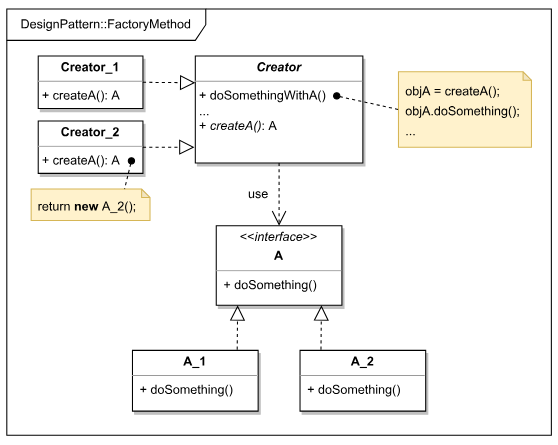
safar-jn/design-patterns keeps this draw.io diagram as FactoryMethod/FactoryMethod.svg. Above is the earlier version. Source tidied: cells renumbered, new cells last; positions are measured from the earlier drawing's top-left corner, leaving out a move shared by most shapes.
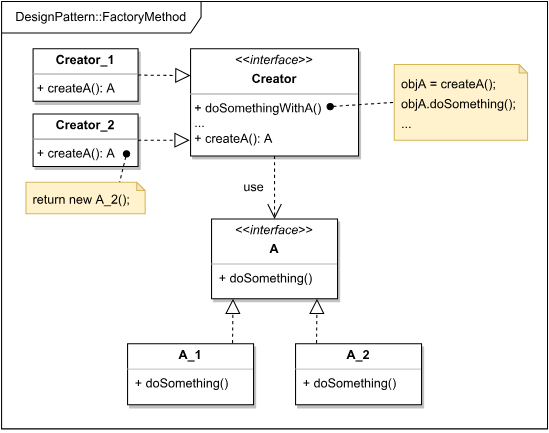
The same diagram one commit later.

Commit message:
feat(factory-method): refactor image

Diff of the diagram source:
```diff
@@ -2,18 +2,15 @@
   <root>
     <mxCell id="0" />
     <mxCell id="1" parent="0" />
-    <mxCell id="2" style="rounded=0;whiteSpace=wrap;html=1;strokeColor=none;" parent="1" vertex="1">
-      <mxGeometry width="530" height="420" as="geometry" />
-    </mxCell>
     <mxCell id="3" value="DesignPattern::FactoryMethod" style="shape=umlFrame;whiteSpace=wrap;html=1;width=190;height=30;" parent="1" vertex="1">
       <mxGeometry x="5" y="7" width="520" height="407" as="geometry" />
     </mxCell>
-    <mxCell id="4" style="edgeStyle=orthogonalEdgeStyle;rounded=0;orthogonalLoop=1;jettySize=auto;html=1;exitX=0.5;exitY=1;exitDx=0;exitDy=0;" parent="1" edge="1">
-      <mxGeometry relative="1" as="geometry">
-        <mxPoint x="230" y="280" as="sourcePoint" />
-        <mxPoint x="230" y="280" as="targetPoint" />
-      </mxGeometry>
-    </mxCell>
+    <mxCell id="20" style="edgeStyle=orthogonalEdgeStyle;rounded=0;orthogonalLoop=1;jettySize=auto;html=1;exitX=0.5;exitY=1;exitDx=0;exitDy=0;" parent="1" edge="1">
+      <mxGeometry relative="1" as="geometry">
+        <mxPoint x="230" y="280" as="sourcePoint" />
+        <mxPoint x="230" y="280" as="targetPoint" />
+      </mxGeometry>
+    </mxCell>
     <mxCell id="5" value="&lt;p style=&quot;margin:0px;margin-top:4px;text-align:center;&quot;&gt;&amp;lt;&amp;lt;&lt;i&gt;interface&lt;/i&gt;&amp;gt;&amp;gt;&lt;/p&gt;&lt;p style=&quot;margin:0px;margin-top:4px;text-align:center;&quot;&gt;&lt;b&gt;A&lt;/b&gt;&lt;/p&gt;&lt;hr size=&quot;1&quot;&gt;&lt;p style=&quot;margin: 0px 0px 0px 4px;&quot;&gt;&amp;nbsp;+ doSomething()&lt;br&gt;&lt;/p&gt;" style="verticalAlign=top;align=left;overflow=fill;fontSize=12;fontFamily=Helvetica;html=1;shadow=1;" parent="1" vertex="1">
       <mxGeometry x="205" y="214" width="120" height="76" as="geometry" />
     </mxCell>
@@ -23,22 +20,22 @@
     <mxCell id="7" value="&lt;p style=&quot;margin:0px;margin-top:4px;text-align:center;&quot;&gt;&lt;b style=&quot;background-color: initial;&quot;&gt;A_2&lt;/b&gt;&lt;br&gt;&lt;/p&gt;&lt;hr size=&quot;1&quot;&gt;&lt;p style=&quot;margin: 0px 0px 0px 4px;&quot;&gt;&amp;nbsp;+ doSomething()&lt;br&gt;&lt;/p&gt;" style="verticalAlign=top;align=left;overflow=fill;fontSize=12;fontFamily=Helvetica;html=1;shadow=1;" parent="1" vertex="1">
       <mxGeometry x="285" y="333" width="120" height="58" as="geometry" />
     </mxCell>
-    <mxCell id="8" style="endArrow=block;dashed=1;endFill=0;endSize=12;html=1;rounded=1;shadow=0;labelBackgroundColor=default;sketch=0;strokeColor=#000000;strokeWidth=1;fontSize=12;fontColor=default;exitX=0.854;exitY=-0.005;exitDx=0;exitDy=0;exitPerimeter=0;entryX=0.191;entryY=1.005;entryDx=0;entryDy=0;entryPerimeter=0;" parent="1" edge="1">
-      <mxGeometry relative="1" as="geometry">
-        <mxPoint x="305" y="332.3" as="sourcePoint" />
-        <mxPoint x="305.4" y="290" as="targetPoint" />
-      </mxGeometry>
-    </mxCell>
-    <mxCell id="9" style="endArrow=block;dashed=1;endFill=0;endSize=12;html=1;rounded=1;shadow=0;labelBackgroundColor=default;sketch=0;strokeColor=#000000;strokeWidth=1;fontSize=12;fontColor=default;exitX=0.854;exitY=-0.005;exitDx=0;exitDy=0;exitPerimeter=0;entryX=0.191;entryY=1.005;entryDx=0;entryDy=0;entryPerimeter=0;" parent="1" edge="1">
-      <mxGeometry relative="1" as="geometry">
-        <mxPoint x="225" y="332.3" as="sourcePoint" />
-        <mxPoint x="225.4" y="290" as="targetPoint" />
-      </mxGeometry>
-    </mxCell>
-    <mxCell id="10" value="&lt;p style=&quot;margin: 4px 0px 0px; text-align: center;&quot;&gt;&lt;b style=&quot;background-color: initial;&quot;&gt;&lt;i&gt;Creator&lt;/i&gt;&lt;/b&gt;&lt;br&gt;&lt;/p&gt;&lt;hr size=&quot;1&quot;&gt;&lt;p style=&quot;margin: 0px 0px 0px 4px;&quot;&gt;&lt;/p&gt;&lt;p style=&quot;margin: 0px 0px 0px 4px;&quot;&gt;+ doSomethingWithA()&lt;/p&gt;&lt;p style=&quot;margin: 0px 0px 0px 4px;&quot;&gt;...&lt;/p&gt;&lt;p style=&quot;margin: 0px 0px 0px 4px;&quot;&gt;+ &lt;i&gt;createA()&lt;/i&gt;: A&lt;/p&gt;" style="verticalAlign=top;align=left;overflow=fill;fontSize=12;fontFamily=Helvetica;html=1;glass=0;rounded=0;sketch=0;shadow=1;" parent="1" vertex="1">
-      <mxGeometry x="185" y="52" width="160" height="102" as="geometry" />
-    </mxCell>
+    <mxCell id="21" style="endArrow=block;dashed=1;endFill=0;endSize=12;html=1;rounded=1;shadow=0;labelBackgroundColor=default;sketch=0;strokeColor=#000000;strokeWidth=1;fontSize=12;fontColor=default;exitX=0.854;exitY=-0.005;exitDx=0;exitDy=0;exitPerimeter=0;entryX=0.191;entryY=1.005;entryDx=0;entryDy=0;entryPerimeter=0;" parent="1" edge="1">
+      <mxGeometry relative="1" as="geometry">
+        <mxPoint x="305" y="332.3" as="sourcePoint" />
+        <mxPoint x="305.4" y="290" as="targetPoint" />
+      </mxGeometry>
+    </mxCell>
+    <mxCell id="22" style="endArrow=block;dashed=1;endFill=0;endSize=12;html=1;rounded=1;shadow=0;labelBackgroundColor=default;sketch=0;strokeColor=#000000;strokeWidth=1;fontSize=12;fontColor=default;exitX=0.854;exitY=-0.005;exitDx=0;exitDy=0;exitPerimeter=0;entryX=0.191;entryY=1.005;entryDx=0;entryDy=0;entryPerimeter=0;" parent="1" edge="1">
+      <mxGeometry relative="1" as="geometry">
+        <mxPoint x="225" y="332.3" as="sourcePoint" />
+        <mxPoint x="225.4" y="290" as="targetPoint" />
+      </mxGeometry>
+    </mxCell>
+    <mxCell id="23" value="&lt;p style=&quot;margin: 4px 0px 0px; text-align: center;&quot;&gt;&amp;lt;&amp;lt;&lt;i&gt;interface&lt;/i&gt;&amp;gt;&amp;gt;&lt;/p&gt;&lt;p style=&quot;margin: 4px 0px 0px; text-align: center;&quot;&gt;&lt;b&gt;Creator&lt;/b&gt;&lt;/p&gt;&lt;hr size=&quot;1&quot;&gt;&lt;p style=&quot;margin: 0px 0px 0px 4px;&quot;&gt;&lt;/p&gt;&lt;p style=&quot;margin: 0px 0px 0px 4px;&quot;&gt;+ doSomethingWithA()&lt;/p&gt;&lt;p style=&quot;margin: 0px 0px 0px 4px;&quot;&gt;...&lt;/p&gt;&lt;p style=&quot;margin: 0px 0px 0px 4px;&quot;&gt;+ createA(): A&lt;/p&gt;" style="verticalAlign=top;align=left;overflow=fill;fontSize=12;fontFamily=Helvetica;html=1;glass=0;rounded=0;sketch=0;shadow=1;" parent="1" vertex="1">
+      <mxGeometry x="185" y="52" width="160" height="102" as="geometry" />
+    </mxCell>
-    <mxCell id="11" value="use" style="endArrow=open;endSize=12;dashed=1;html=1;rounded=1;shadow=0;labelBackgroundColor=default;sketch=0;strokeColor=#000000;strokeWidth=1;fontSize=12;fontColor=default;exitX=0.5;exitY=1;exitDx=0;exitDy=0;entryX=0.5;entryY=0;entryDx=0;entryDy=0;" parent="1" edge="1" source="10" target="5">
+    <mxCell id="11" value="use" style="endArrow=open;endSize=12;dashed=1;html=1;rounded=1;shadow=0;labelBackgroundColor=default;sketch=0;strokeColor=#000000;strokeWidth=1;fontSize=12;fontColor=default;exitX=0.5;exitY=1;exitDx=0;exitDy=0;entryX=0.5;entryY=0;entryDx=0;entryDy=0;" parent="1" edge="1" source="23" target="5">
       <mxGeometry y="-20" relative="1" as="geometry" />
     </mxCell>
     <mxCell id="12" value="&lt;p style=&quot;margin: 4px 0px 0px; text-align: center;&quot;&gt;&lt;b style=&quot;background-color: initial;&quot;&gt;Creator_2&lt;/b&gt;&lt;br&gt;&lt;/p&gt;&lt;hr size=&quot;1&quot;&gt;&lt;p style=&quot;margin: 0px 0px 0px 4px;&quot;&gt;&lt;/p&gt;&lt;p style=&quot;margin: 0px 0px 0px 4px;&quot;&gt;+ createA(): A&lt;/p&gt;" style="verticalAlign=top;align=left;overflow=fill;fontSize=12;fontFamily=Helvetica;html=1;glass=0;rounded=0;sketch=0;shadow=1;" parent="1" vertex="1">
@@ -47,13 +44,13 @@
     <mxCell id="13" value="&lt;p style=&quot;margin: 4px 0px 0px; text-align: center;&quot;&gt;&lt;b style=&quot;background-color: initial;&quot;&gt;Creator_1&lt;/b&gt;&lt;br&gt;&lt;/p&gt;&lt;hr size=&quot;1&quot;&gt;&lt;p style=&quot;margin: 0px 0px 0px 4px;&quot;&gt;&lt;/p&gt;&lt;p style=&quot;margin: 0px 0px 0px 4px;&quot;&gt;+ createA(): A&lt;/p&gt;" style="verticalAlign=top;align=left;overflow=fill;fontSize=12;fontFamily=Helvetica;html=1;glass=0;rounded=0;sketch=0;shadow=1;" parent="1" vertex="1">
       <mxGeometry x="35" y="52" width="100" height="50" as="geometry" />
     </mxCell>
-    <mxCell id="14" style="endArrow=block;dashed=1;endFill=0;endSize=12;html=1;rounded=1;shadow=0;labelBackgroundColor=default;sketch=0;strokeColor=#000000;strokeWidth=1;fontSize=12;fontColor=default;exitX=1;exitY=0.5;exitDx=0;exitDy=0;entryX=0;entryY=0.25;entryDx=0;entryDy=0;" parent="1" edge="1" source="13" target="10">
-      <mxGeometry relative="1" as="geometry" />
-    </mxCell>
-    <mxCell id="15" style="endArrow=block;dashed=1;endFill=0;endSize=12;html=1;rounded=1;shadow=0;labelBackgroundColor=default;sketch=0;strokeColor=#000000;strokeWidth=1;fontSize=12;fontColor=default;exitX=1;exitY=0.5;exitDx=0;exitDy=0;entryX=-0.005;entryY=0.853;entryDx=0;entryDy=0;entryPerimeter=0;" parent="1" edge="1" source="12" target="10">
-      <mxGeometry relative="1" as="geometry" />
-    </mxCell>
+    <mxCell id="24" style="endArrow=block;dashed=1;endFill=0;endSize=12;html=1;rounded=1;shadow=0;labelBackgroundColor=default;sketch=0;strokeColor=#000000;strokeWidth=1;fontSize=12;fontColor=default;exitX=1;exitY=0.5;exitDx=0;exitDy=0;entryX=0;entryY=0.25;entryDx=0;entryDy=0;" parent="1" edge="1" source="13" target="23">
+      <mxGeometry relative="1" as="geometry" />
+    </mxCell>
+    <mxCell id="25" style="endArrow=block;dashed=1;endFill=0;endSize=12;html=1;rounded=1;shadow=0;labelBackgroundColor=default;sketch=0;strokeColor=#000000;strokeWidth=1;fontSize=12;fontColor=default;exitX=1;exitY=0.5;exitDx=0;exitDy=0;entryX=-0.005;entryY=0.853;entryDx=0;entryDy=0;entryPerimeter=0;" parent="1" edge="1" source="12" target="23">
+      <mxGeometry relative="1" as="geometry" />
+    </mxCell>
-    <mxCell id="16" value="&lt;div style=&quot;&quot;&gt;&lt;span style=&quot;font-size: 12px;&quot;&gt;return &lt;b&gt;new &lt;/b&gt;A_2();&lt;/span&gt;&lt;/div&gt;" style="shape=note;backgroundOutline=1;darkOpacity=0.05;rounded=1;shadow=0;glass=0;sketch=0;strokeColor=#d6b656;fontSize=16;size=8;strokeWidth=1;fillColor=#fff2cc;html=1;whiteSpace=wrap;align=left;spacingLeft=5;" parent="1" vertex="1">
+    <mxCell id="16" value="&lt;div style=&quot;&quot;&gt;&lt;span style=&quot;font-size: 12px;&quot;&gt;return new A_2();&lt;/span&gt;&lt;/div&gt;" style="shape=note;backgroundOutline=1;darkOpacity=0.05;rounded=1;shadow=0;glass=0;sketch=0;strokeColor=#d6b656;fontSize=16;size=8;strokeWidth=1;fillColor=#fff2cc;html=1;whiteSpace=wrap;align=left;spacingLeft=5;" parent="1" vertex="1">
       <mxGeometry x="28.2" y="179" width="113.5" height="30" as="geometry" />
     </mxCell>
     <mxCell id="17" style="endArrow=none;dashed=1;html=1;rounded=0;shadow=0;sketch=0;strokeWidth=1;fontSize=12;startArrow=oval;startFill=1;entryX=0.786;entryY=0;entryDx=0;entryDy=0;entryPerimeter=0;exitX=0.89;exitY=0.76;exitDx=0;exitDy=0;exitPerimeter=0;" parent="1" edge="1" source="12" target="16">
@@ -62,8 +59,10 @@
     <mxCell id="18" value="&lt;div style=&quot;&quot;&gt;&lt;span style=&quot;font-size: 12px;&quot;&gt;objA = createA();&lt;/span&gt;&lt;/div&gt;&lt;div style=&quot;&quot;&gt;&lt;span style=&quot;font-size: 12px;&quot;&gt;objA.doSomething();&lt;/span&gt;&lt;/div&gt;&lt;div style=&quot;&quot;&gt;&lt;span style=&quot;font-size: 12px;&quot;&gt;...&lt;/span&gt;&lt;/div&gt;" style="shape=note;backgroundOutline=1;darkOpacity=0.05;rounded=1;shadow=0;glass=0;sketch=0;strokeColor=#d6b656;fontSize=16;size=8;strokeWidth=1;fillColor=#fff2cc;html=1;whiteSpace=wrap;align=left;spacingLeft=5;" parent="1" vertex="1">
       <mxGeometry x="379" y="67" width="127" height="72" as="geometry" />
     </mxCell>
-    <mxCell id="19" style="endArrow=none;dashed=1;html=1;rounded=0;shadow=0;sketch=0;strokeWidth=1;fontSize=12;startArrow=oval;startFill=1;entryX=0;entryY=0.5;entryDx=0;entryDy=0;entryPerimeter=0;exitX=0.844;exitY=0.373;exitDx=0;exitDy=0;exitPerimeter=0;" parent="1" edge="1" source="10" target="18">
-      <mxGeometry relative="1" as="geometry" />
-    </mxCell>
+    <mxCell id="26" style="endArrow=none;dashed=1;html=1;rounded=0;shadow=0;sketch=0;strokeWidth=1;fontSize=12;startArrow=oval;startFill=1;entryX=0;entryY=0.5;entryDx=0;entryDy=0;entryPerimeter=0;" parent="1" edge="1" target="18">
+      <mxGeometry relative="1" as="geometry">
+        <mxPoint x="318" y="107" as="sourcePoint" />
+      </mxGeometry>
+    </mxCell>
   </root>
 </mxGraphModel>
```
